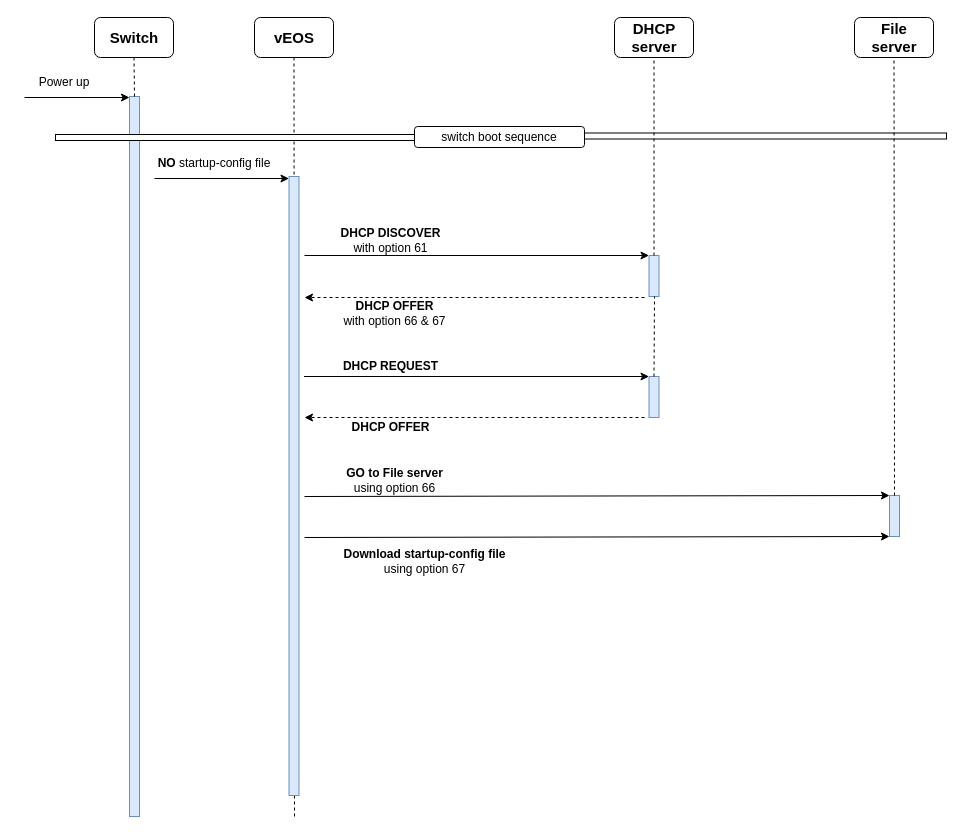
Above: ZTP-process-Diagram.drawio in OpentekyLab/Networking (draw.io), before the change. Source tidied: cells renumbered, new cells numbered last; positions are measured from the earlier drawing's top-left corner, leaving out a move shared by most shapes. Both pictures are drawn from the tidied source at 100%, with x=0, y=0 at pixel (24, -46).
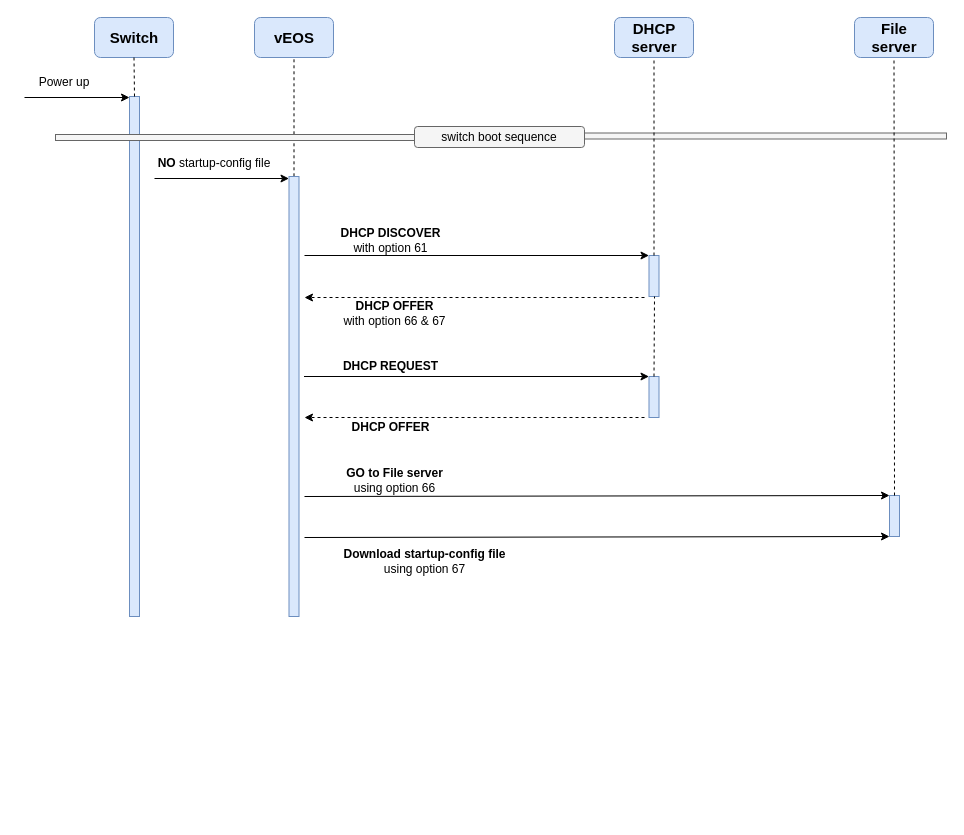
The same page after the edit.

The edit, as a diff of the source:
```diff
@@
-    <mxCell id="2" style="rounded=1;whiteSpace=wrap;html=1;" parent="1" vertex="1">
+    <mxCell id="2" style="rounded=1;whiteSpace=wrap;html=1;fillColor=#dae8fc;strokeColor=#6c8ebf;" parent="1" vertex="1">
       <mxGeometry x="70" y="63" width="79" height="40" as="geometry" />
     </mxCell>
@@
-    <mxCell id="4" style="rounded=1;whiteSpace=wrap;html=1;" parent="1" vertex="1">
+    <mxCell id="4" style="rounded=1;whiteSpace=wrap;html=1;fillColor=#dae8fc;strokeColor=#6c8ebf;" parent="1" vertex="1">
       <mxGeometry x="230" y="63" width="79" height="40" as="geometry" />
     </mxCell>
@@
-    <mxCell id="6" style="rounded=1;whiteSpace=wrap;html=1;" parent="1" vertex="1">
+    <mxCell id="6" style="rounded=1;whiteSpace=wrap;html=1;fillColor=#dae8fc;strokeColor=#6c8ebf;" parent="1" vertex="1">
       <mxGeometry x="590" y="63" width="79" height="40" as="geometry" />
     </mxCell>
@@
-    <mxCell id="8" style="rounded=1;whiteSpace=wrap;html=1;" parent="1" vertex="1">
+    <mxCell id="8" style="rounded=1;whiteSpace=wrap;html=1;fillColor=#dae8fc;strokeColor=#6c8ebf;" parent="1" vertex="1">
       <mxGeometry x="830" y="63" width="79" height="40" as="geometry" />
     </mxCell>
@@
     <mxCell id="10" style="rounded=0;whiteSpace=wrap;html=1;fillColor=#dae8fc;strokeColor=#6c8ebf;" parent="1" vertex="1">
-      <mxGeometry x="105" y="142" width="10" height="720" as="geometry" />
+      <mxGeometry x="105" y="142" width="10" height="520" as="geometry" />
     </mxCell>
@@
-    <mxCell id="14" style="endArrow=none;dashed=1;html=1;rounded=0;entryX=0.5;entryY=1;entryDx=0;entryDy=0;" parent="1" edge="1" target="4">
-      <mxGeometry relative="1" as="geometry">
-        <mxPoint x="270" y="862" as="sourcePoint" />
-      </mxGeometry>
+    <mxCell id="14" style="endArrow=none;dashed=1;html=1;rounded=0;entryX=0.5;entryY=1;entryDx=0;entryDy=0;exitX=0.5;exitY=0.695;exitDx=0;exitDy=0;exitPerimeter=0;" parent="1" edge="1" source="15" target="4">
+      <mxGeometry relative="1" as="geometry" />
     </mxCell>
     <mxCell id="15" style="rounded=0;whiteSpace=wrap;html=1;fillColor=#dae8fc;strokeColor=#6c8ebf;" parent="1" vertex="1">
-      <mxGeometry x="264.5" y="222" width="10" height="619" as="geometry" />
+      <mxGeometry x="264.5" y="222" width="10" height="440" as="geometry" />
     </mxCell>
@@
-    <mxCell id="18" style="rounded=0;whiteSpace=wrap;html=1;rotation=-90;" parent="1" vertex="1">
+    <mxCell id="18" style="rounded=0;whiteSpace=wrap;html=1;rotation=-90;fillColor=#f5f5f5;fontColor=#333333;strokeColor=#666666;" parent="1" vertex="1">
       <mxGeometry x="209" y="2" width="6" height="362" as="geometry" />
     </mxCell>
-    <mxCell id="19" style="rounded=1;whiteSpace=wrap;html=1;" parent="1" vertex="1">
+    <mxCell id="19" style="rounded=1;whiteSpace=wrap;html=1;fillColor=#f5f5f5;fontColor=#333333;strokeColor=#666666;" parent="1" vertex="1">
       <mxGeometry x="390" y="172" width="170" height="21" as="geometry" />
     </mxCell>
@@
-    <mxCell id="21" style="rounded=0;whiteSpace=wrap;html=1;rotation=-90;" parent="1" vertex="1">
+    <mxCell id="21" style="rounded=0;whiteSpace=wrap;html=1;rotation=-90;fillColor=#f5f5f5;fontColor=#333333;strokeColor=#666666;" parent="1" vertex="1">
       <mxGeometry x="738" y="0.5" width="6" height="362" as="geometry" />
     </mxCell>
```
